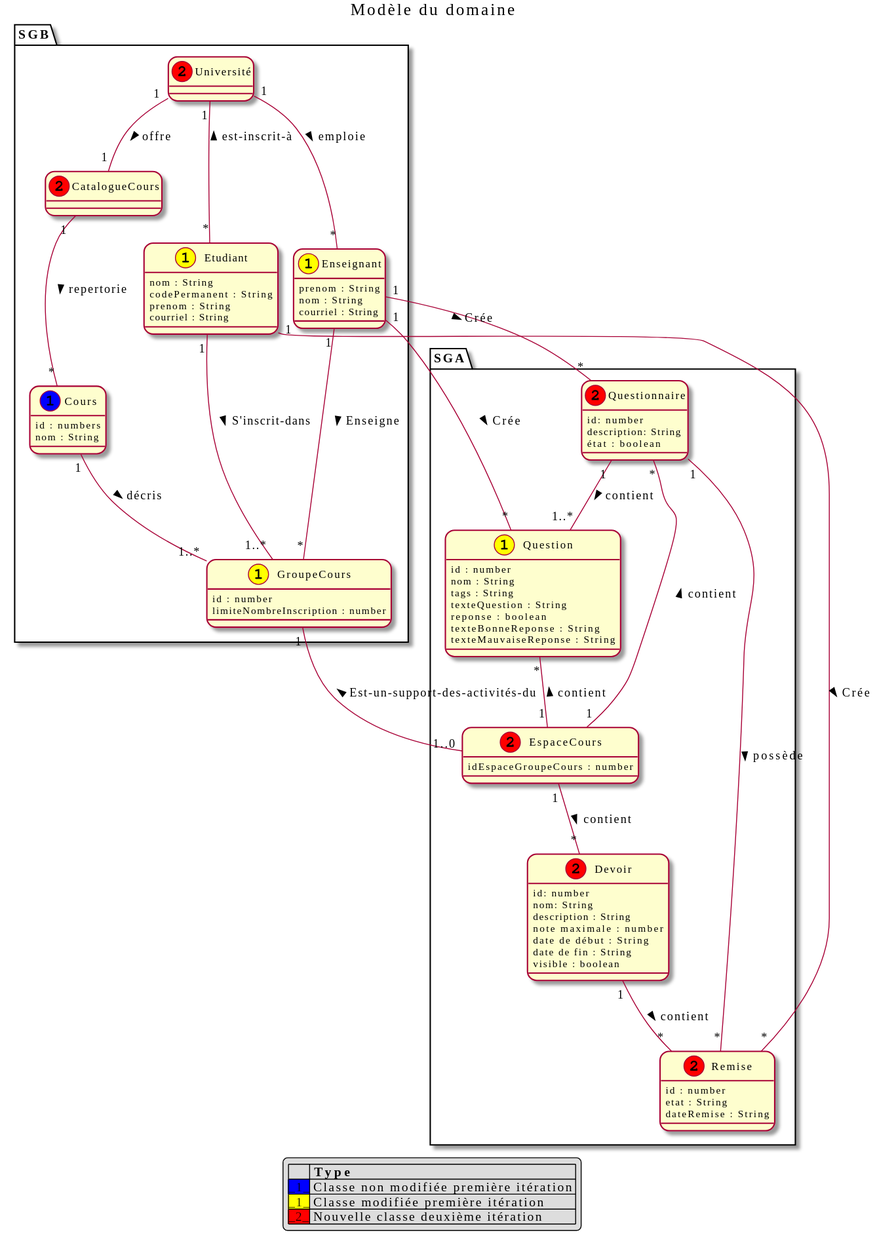
The PlantUML diagram out/docs/modeles/mdd/MDD.svg in nerdz88/SGA-TS, before a commit.
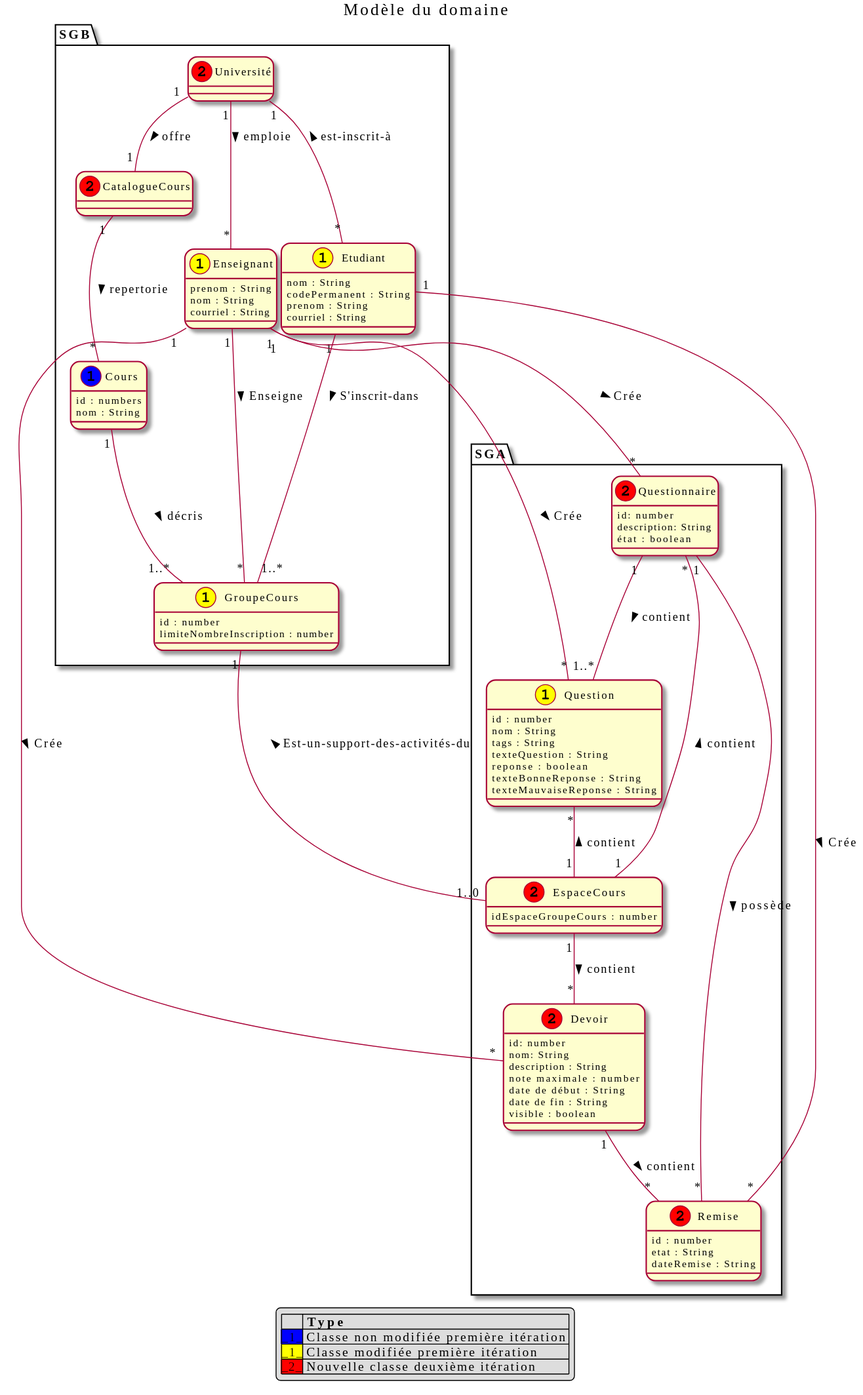
Later version of the same file.

Change to the diagram source:
```diff
@@ -86,9 +86,10 @@
 Enseignant "1" -- "*"GroupeCours : Enseigne >
 Cours "1" -- "1..*" GroupeCours : décris >
 GroupeCours "1"-- "1..0"EspaceCours : Est-un-support-des-activités-du <
-Etudiant "1" - "*" Remise : Crée >
-Enseignant "1" - "*" Question : Crée >
-Enseignant "1" - "*" Questionnaire : Crée >
+Etudiant "1" -- "*" Remise : Crée >
+Enseignant "1" -- "*" Question : Crée >
+Enseignant "1" -- "*" Questionnaire : Crée >
+Enseignant "1" -- "*" Devoir : Crée >
 
 legend
 |= |= Type |
```
